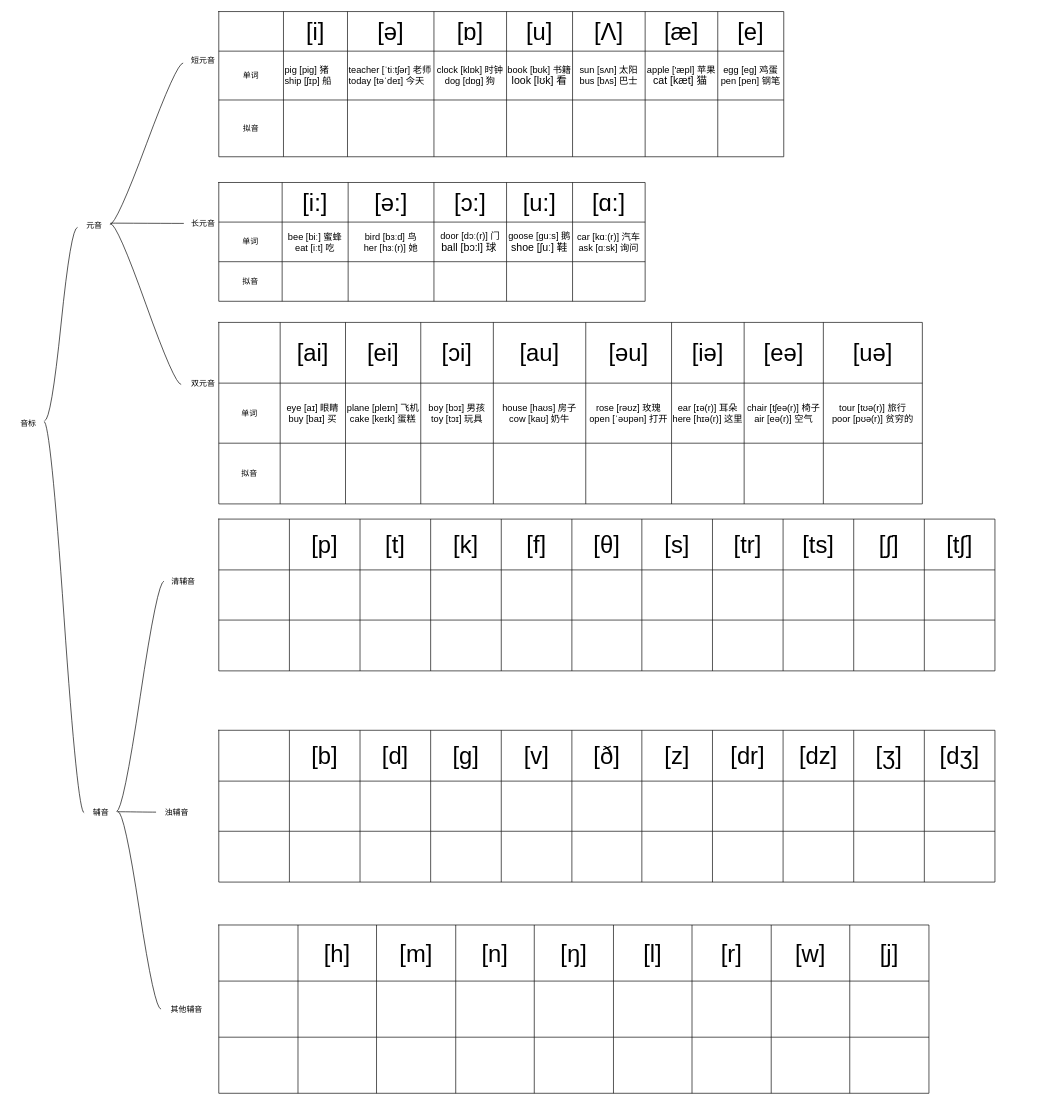
The draw.io diagram page "第 2 页" (2 of 2) of 未命名表单.drawio in gituserc123/HelloWorld, before the edit. Source tidied: cells renumbered, new cells numbered last; positions are measured from the earlier drawing's top-left corner, leaving out a move shared by most shapes. Both pictures are drawn from the tidied source at 66%, with x=0, y=0 at pixel (11, 11).
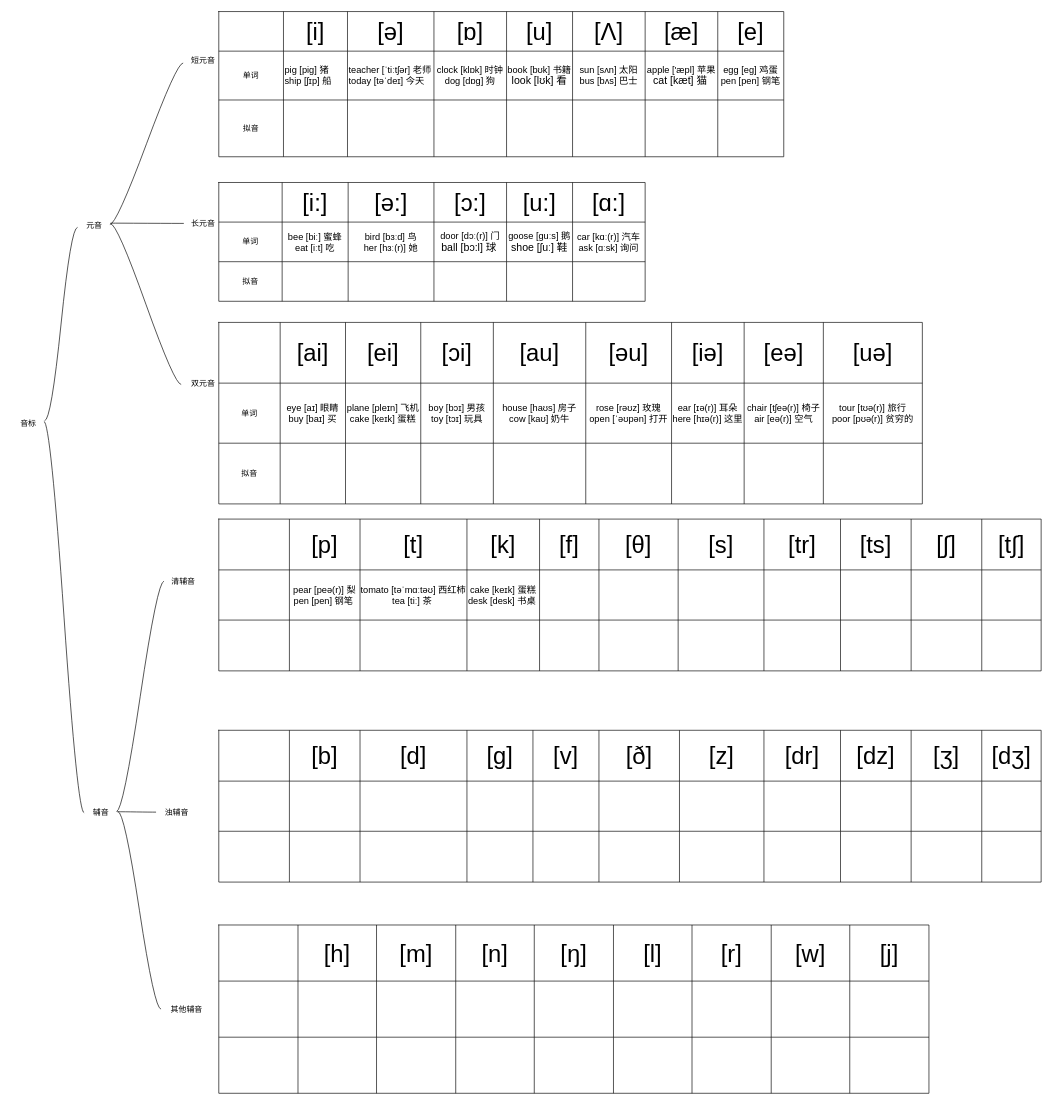
The same diagram, later.

Commit message (it also covers changes not shown here):
更新未命名表单.drawio

What changed in the source:
```diff
@@
     <mxCell id="95" style="shape=table;startSize=0;childLayout=tableLayout;" parent="1" vertex="1">
-      <mxGeometry x="314" y="769" width="1176" height="230" as="geometry" />
+      <mxGeometry x="314" y="769" width="1246" height="230" as="geometry" />
     </mxCell>
     <mxCell id="96" style="shape=tableRow;horizontal=0;startSize=0;swimlaneHead=0;swimlaneBody=0;strokeColor=inherit;top=0;left=0;bottom=0;right=0;fillColor=none;" parent="95" vertex="1">
-      <mxGeometry width="1176" height="77" as="geometry" />
+      <mxGeometry width="1246" height="77" as="geometry" />
     </mxCell>
@@
     <mxCell id="99" value="&lt;font style=&quot;font-size: 36px;&quot;&gt;[t]&lt;/font&gt;" style="shape=partialRectangle;html=1;whiteSpace=wrap;strokeColor=inherit;overflow=hidden;fillColor=none;top=0;left=0;bottom=0;right=0;" parent="96" vertex="1">
-      <mxGeometry x="214" width="107" height="77" as="geometry" />
+      <mxGeometry x="214" width="162" height="77" as="geometry" />
     </mxCell>
     <mxCell id="100" value="&lt;font style=&quot;font-size: 36px;&quot;&gt;[k]&lt;/font&gt;" style="shape=partialRectangle;html=1;whiteSpace=wrap;strokeColor=inherit;overflow=hidden;fillColor=none;top=0;left=0;bottom=0;right=0;" parent="96" vertex="1">
-      <mxGeometry x="321" width="107" height="77" as="geometry" />
+      <mxGeometry x="376" width="110" height="77" as="geometry" />
     </mxCell>
     <mxCell id="101" value="&lt;font style=&quot;font-size: 36px;&quot;&gt;[f]&lt;/font&gt;" style="shape=partialRectangle;html=1;whiteSpace=wrap;strokeColor=inherit;overflow=hidden;fillColor=none;top=0;left=0;bottom=0;right=0;" parent="96" vertex="1">
-      <mxGeometry x="428" width="107" height="77" as="geometry" />
+      <mxGeometry x="486" width="90" height="77" as="geometry" />
     </mxCell>
     <mxCell id="102" value="&lt;font style=&quot;font-size: 36px;&quot;&gt;[θ]&lt;/font&gt;" style="shape=partialRectangle;html=1;whiteSpace=wrap;strokeColor=inherit;overflow=hidden;fillColor=none;top=0;left=0;bottom=0;right=0;" parent="96" vertex="1">
-      <mxGeometry x="535" width="106" height="77" as="geometry" />
+      <mxGeometry x="576" width="120" height="77" as="geometry" />
     </mxCell>
     <mxCell id="103" value="&lt;font style=&quot;font-size: 36px;&quot;&gt;[s]&lt;/font&gt;" style="shape=partialRectangle;html=1;whiteSpace=wrap;strokeColor=inherit;overflow=hidden;fillColor=none;top=0;left=0;bottom=0;right=0;" parent="96" vertex="1">
-      <mxGeometry x="641" width="107" height="77" as="geometry" />
+      <mxGeometry x="696" width="130" height="77" as="geometry" />
     </mxCell>
     <mxCell id="104" value="&lt;font style=&quot;font-size: 36px;&quot;&gt;[tr]&lt;/font&gt;" style="shape=partialRectangle;html=1;whiteSpace=wrap;strokeColor=inherit;overflow=hidden;fillColor=none;top=0;left=0;bottom=0;right=0;" parent="96" vertex="1">
-      <mxGeometry x="748" width="107" height="77" as="geometry" />
+      <mxGeometry x="826" width="116" height="77" as="geometry" />
     </mxCell>
     <mxCell id="105" value="&lt;font style=&quot;font-size: 36px;&quot;&gt;[ts]&lt;/font&gt;" style="shape=partialRectangle;html=1;whiteSpace=wrap;strokeColor=inherit;overflow=hidden;fillColor=none;top=0;left=0;bottom=0;right=0;" parent="96" vertex="1">
-      <mxGeometry x="855" width="107" height="77" as="geometry" />
+      <mxGeometry x="942" width="107" height="77" as="geometry" />
     </mxCell>
     <mxCell id="106" value="&lt;font style=&quot;font-size: 36px;&quot;&gt;[∫]&lt;/font&gt;" style="shape=partialRectangle;html=1;whiteSpace=wrap;strokeColor=inherit;overflow=hidden;fillColor=none;top=0;left=0;bottom=0;right=0;" parent="96" vertex="1">
-      <mxGeometry x="962" width="107" height="77" as="geometry" />
+      <mxGeometry x="1049" width="107" height="77" as="geometry" />
     </mxCell>
     <mxCell id="107" value="&lt;font style=&quot;font-size: 36px;&quot;&gt;[t∫]&lt;/font&gt;" style="shape=partialRectangle;html=1;whiteSpace=wrap;strokeColor=inherit;overflow=hidden;fillColor=none;top=0;left=0;bottom=0;right=0;" parent="96" vertex="1">
-      <mxGeometry x="1069" width="107" height="77" as="geometry" />
+      <mxGeometry x="1156" width="90" height="77" as="geometry" />
     </mxCell>
     <mxCell id="108" style="shape=tableRow;horizontal=0;startSize=0;swimlaneHead=0;swimlaneBody=0;strokeColor=inherit;top=0;left=0;bottom=0;right=0;fillColor=none;" parent="95" vertex="1">
-      <mxGeometry y="77" width="1176" height="76" as="geometry" />
+      <mxGeometry y="77" width="1246" height="76" as="geometry" />
     </mxCell>
@@
-    <mxCell id="110" style="shape=partialRectangle;html=1;whiteSpace=wrap;strokeColor=inherit;overflow=hidden;fillColor=none;top=0;left=0;bottom=0;right=0;" parent="108" vertex="1">
+    <mxCell id="110" value="&lt;div&gt;&lt;font style=&quot;font-size: 14px;&quot;&gt;pear [peə(r)] 梨&lt;/font&gt;&lt;/div&gt;&lt;div&gt;&lt;font style=&quot;font-size: 14px;&quot;&gt;pen [pen] 钢笔&lt;/font&gt;&amp;nbsp;&lt;/div&gt;" style="shape=partialRectangle;html=1;whiteSpace=wrap;strokeColor=inherit;overflow=hidden;fillColor=none;top=0;left=0;bottom=0;right=0;" parent="108" vertex="1">
       <mxGeometry x="107" width="107" height="76" as="geometry" />
     </mxCell>
-    <mxCell id="111" style="shape=partialRectangle;html=1;whiteSpace=wrap;strokeColor=inherit;overflow=hidden;fillColor=none;top=0;left=0;bottom=0;right=0;" parent="108" vertex="1">
-      <mxGeometry x="214" width="107" height="76" as="geometry" />
+    <mxCell id="111" value="&lt;div&gt;&lt;font style=&quot;font-size: 14px;&quot;&gt;tomato [təˈmɑːtəʊ] 西红柿&lt;/font&gt;&lt;/div&gt;&lt;div&gt;&lt;font style=&quot;font-size: 14px;&quot;&gt;tea [tiː] 茶&amp;nbsp;&lt;/font&gt;&lt;/div&gt;" style="shape=partialRectangle;html=1;whiteSpace=wrap;strokeColor=inherit;overflow=hidden;fillColor=none;top=0;left=0;bottom=0;right=0;" parent="108" vertex="1">
+      <mxGeometry x="214" width="162" height="76" as="geometry" />
     </mxCell>
-    <mxCell id="112" style="shape=partialRectangle;html=1;whiteSpace=wrap;strokeColor=inherit;overflow=hidden;fillColor=none;top=0;left=0;bottom=0;right=0;" parent="108" vertex="1">
-      <mxGeometry x="321" width="107" height="76" as="geometry" />
+    <mxCell id="112" value="&lt;div&gt;&lt;font style=&quot;font-size: 14px;&quot;&gt;cake [keɪk] 蛋糕&lt;/font&gt;&lt;/div&gt;&lt;div&gt;&lt;font style=&quot;font-size: 14px;&quot;&gt;desk [desk] 书桌&lt;/font&gt;&amp;nbsp;&lt;/div&gt;" style="shape=partialRectangle;html=1;whiteSpace=wrap;strokeColor=inherit;overflow=hidden;fillColor=none;top=0;left=0;bottom=0;right=0;" parent="108" vertex="1">
+      <mxGeometry x="376" width="110" height="76" as="geometry" />
     </mxCell>
     <mxCell id="113" style="shape=partialRectangle;html=1;whiteSpace=wrap;strokeColor=inherit;overflow=hidden;fillColor=none;top=0;left=0;bottom=0;right=0;" parent="108" vertex="1">
-      <mxGeometry x="428" width="107" height="76" as="geometry" />
+      <mxGeometry x="486" width="90" height="76" as="geometry" />
     </mxCell>
     <mxCell id="114" style="shape=partialRectangle;html=1;whiteSpace=wrap;strokeColor=inherit;overflow=hidden;fillColor=none;top=0;left=0;bottom=0;right=0;" parent="108" vertex="1">
-      <mxGeometry x="535" width="106" height="76" as="geometry" />
+      <mxGeometry x="576" width="120" height="76" as="geometry" />
     </mxCell>
     <mxCell id="115" style="shape=partialRectangle;html=1;whiteSpace=wrap;strokeColor=inherit;overflow=hidden;fillColor=none;top=0;left=0;bottom=0;right=0;" parent="108" vertex="1">
-      <mxGeometry x="641" width="107" height="76" as="geometry" />
+      <mxGeometry x="696" width="130" height="76" as="geometry" />
     </mxCell>
     <mxCell id="116" style="shape=partialRectangle;html=1;whiteSpace=wrap;strokeColor=inherit;overflow=hidden;fillColor=none;top=0;left=0;bottom=0;right=0;" parent="108" vertex="1">
-      <mxGeometry x="748" width="107" height="76" as="geometry" />
+      <mxGeometry x="826" width="116" height="76" as="geometry" />
     </mxCell>
     <mxCell id="117" style="shape=partialRectangle;html=1;whiteSpace=wrap;strokeColor=inherit;overflow=hidden;fillColor=none;top=0;left=0;bottom=0;right=0;" parent="108" vertex="1">
-      <mxGeometry x="855" width="107" height="76" as="geometry" />
+      <mxGeometry x="942" width="107" height="76" as="geometry" />
     </mxCell>
     <mxCell id="118" style="shape=partialRectangle;html=1;whiteSpace=wrap;strokeColor=inherit;overflow=hidden;fillColor=none;top=0;left=0;bottom=0;right=0;" parent="108" vertex="1">
-      <mxGeometry x="962" width="107" height="76" as="geometry" />
+      <mxGeometry x="1049" width="107" height="76" as="geometry" />
     </mxCell>
     <mxCell id="119" style="shape=partialRectangle;html=1;whiteSpace=wrap;strokeColor=inherit;overflow=hidden;fillColor=none;top=0;left=0;bottom=0;right=0;" parent="108" vertex="1">
-      <mxGeometry x="1069" width="107" height="76" as="geometry" />
+      <mxGeometry x="1156" width="90" height="76" as="geometry" />
     </mxCell>
     <mxCell id="120" style="shape=tableRow;horizontal=0;startSize=0;swimlaneHead=0;swimlaneBody=0;strokeColor=inherit;top=0;left=0;bottom=0;right=0;fillColor=none;" parent="95" vertex="1">
-      <mxGeometry y="153" width="1176" height="77" as="geometry" />
+      <mxGeometry y="153" width="1246" height="77" as="geometry" />
     </mxCell>
@@
     <mxCell id="123" style="shape=partialRectangle;html=1;whiteSpace=wrap;strokeColor=inherit;overflow=hidden;fillColor=none;top=0;left=0;bottom=0;right=0;" parent="120" vertex="1">
-      <mxGeometry x="214" width="107" height="77" as="geometry" />
+      <mxGeometry x="214" width="162" height="77" as="geometry" />
     </mxCell>
     <mxCell id="124" style="shape=partialRectangle;html=1;whiteSpace=wrap;strokeColor=inherit;overflow=hidden;fillColor=none;top=0;left=0;bottom=0;right=0;" parent="120" vertex="1">
-      <mxGeometry x="321" width="107" height="77" as="geometry" />
+      <mxGeometry x="376" width="110" height="77" as="geometry" />
     </mxCell>
     <mxCell id="125" style="shape=partialRectangle;html=1;whiteSpace=wrap;strokeColor=inherit;overflow=hidden;fillColor=none;top=0;left=0;bottom=0;right=0;" parent="120" vertex="1">
-      <mxGeometry x="428" width="107" height="77" as="geometry" />
+      <mxGeometry x="486" width="90" height="77" as="geometry" />
     </mxCell>
     <mxCell id="126" style="shape=partialRectangle;html=1;whiteSpace=wrap;strokeColor=inherit;overflow=hidden;fillColor=none;top=0;left=0;bottom=0;right=0;" parent="120" vertex="1">
-      <mxGeometry x="535" width="106" height="77" as="geometry" />
+      <mxGeometry x="576" width="120" height="77" as="geometry" />
     </mxCell>
     <mxCell id="127" style="shape=partialRectangle;html=1;whiteSpace=wrap;strokeColor=inherit;overflow=hidden;fillColor=none;top=0;left=0;bottom=0;right=0;" parent="120" vertex="1">
-      <mxGeometry x="641" width="107" height="77" as="geometry" />
+      <mxGeometry x="696" width="130" height="77" as="geometry" />
     </mxCell>
     <mxCell id="128" style="shape=partialRectangle;html=1;whiteSpace=wrap;strokeColor=inherit;overflow=hidden;fillColor=none;top=0;left=0;bottom=0;right=0;" parent="120" vertex="1">
-      <mxGeometry x="748" width="107" height="77" as="geometry" />
+      <mxGeometry x="826" width="116" height="77" as="geometry" />
     </mxCell>
     <mxCell id="129" style="shape=partialRectangle;html=1;whiteSpace=wrap;strokeColor=inherit;overflow=hidden;fillColor=none;top=0;left=0;bottom=0;right=0;" parent="120" vertex="1">
-      <mxGeometry x="855" width="107" height="77" as="geometry" />
+      <mxGeometry x="942" width="107" height="77" as="geometry" />
     </mxCell>
     <mxCell id="130" style="shape=partialRectangle;html=1;whiteSpace=wrap;strokeColor=inherit;overflow=hidden;fillColor=none;top=0;left=0;bottom=0;right=0;" parent="120" vertex="1">
-      <mxGeometry x="962" width="107" height="77" as="geometry" />
+      <mxGeometry x="1049" width="107" height="77" as="geometry" />
     </mxCell>
     <mxCell id="131" style="shape=partialRectangle;html=1;whiteSpace=wrap;strokeColor=inherit;overflow=hidden;fillColor=none;top=0;left=0;bottom=0;right=0;" parent="120" vertex="1">
-      <mxGeometry x="1069" width="107" height="77" as="geometry" />
+      <mxGeometry x="1156" width="90" height="77" as="geometry" />
     </mxCell>
@@
     <mxCell id="137" style="shape=table;startSize=0;childLayout=tableLayout;" parent="1" vertex="1">
-      <mxGeometry x="314" y="1089" width="1176" height="230" as="geometry" />
+      <mxGeometry x="314" y="1089" width="1246" height="230" as="geometry" />
     </mxCell>
     <mxCell id="138" style="shape=tableRow;horizontal=0;startSize=0;swimlaneHead=0;swimlaneBody=0;strokeColor=inherit;top=0;left=0;bottom=0;right=0;fillColor=none;" parent="137" vertex="1">
-      <mxGeometry width="1176" height="77" as="geometry" />
+      <mxGeometry width="1246" height="77" as="geometry" />
     </mxCell>
@@
     <mxCell id="141" value="&lt;font style=&quot;font-size: 36px;&quot;&gt;[d]&lt;/font&gt;" style="shape=partialRectangle;html=1;whiteSpace=wrap;strokeColor=inherit;overflow=hidden;fillColor=none;top=0;left=0;bottom=0;right=0;" parent="138" vertex="1">
-      <mxGeometry x="214" width="107" height="77" as="geometry" />
+      <mxGeometry x="214" width="162" height="77" as="geometry" />
     </mxCell>
     <mxCell id="142" value="&lt;font style=&quot;font-size: 36px;&quot;&gt;[g]&lt;/font&gt;" style="shape=partialRectangle;html=1;whiteSpace=wrap;strokeColor=inherit;overflow=hidden;fillColor=none;top=0;left=0;bottom=0;right=0;" parent="138" vertex="1">
-      <mxGeometry x="321" width="107" height="77" as="geometry" />
+      <mxGeometry x="376" width="100" height="77" as="geometry" />
     </mxCell>
     <mxCell id="143" value="&lt;font style=&quot;font-size: 36px;&quot;&gt;[v]&lt;/font&gt;" style="shape=partialRectangle;html=1;whiteSpace=wrap;strokeColor=inherit;overflow=hidden;fillColor=none;top=0;left=0;bottom=0;right=0;" parent="138" vertex="1">
-      <mxGeometry x="428" width="107" height="77" as="geometry" />
+      <mxGeometry x="476" width="100" height="77" as="geometry" />
     </mxCell>
     <mxCell id="144" value="&lt;font style=&quot;font-size: 36px;&quot;&gt;[ð]&lt;/font&gt;" style="shape=partialRectangle;html=1;whiteSpace=wrap;strokeColor=inherit;overflow=hidden;fillColor=none;top=0;left=0;bottom=0;right=0;" parent="138" vertex="1">
-      <mxGeometry x="535" width="106" height="77" as="geometry" />
+      <mxGeometry x="576" width="122" height="77" as="geometry" />
     </mxCell>
     <mxCell id="145" value="&lt;font style=&quot;font-size: 36px;&quot;&gt;[z]&lt;/font&gt;" style="shape=partialRectangle;html=1;whiteSpace=wrap;strokeColor=inherit;overflow=hidden;fillColor=none;top=0;left=0;bottom=0;right=0;" parent="138" vertex="1">
-      <mxGeometry x="641" width="107" height="77" as="geometry" />
+      <mxGeometry x="698" width="128" height="77" as="geometry" />
     </mxCell>
     <mxCell id="146" value="&lt;font style=&quot;font-size: 36px;&quot;&gt;[dr]&lt;/font&gt;" style="shape=partialRectangle;html=1;whiteSpace=wrap;strokeColor=inherit;overflow=hidden;fillColor=none;top=0;left=0;bottom=0;right=0;" parent="138" vertex="1">
-      <mxGeometry x="748" width="107" height="77" as="geometry" />
+      <mxGeometry x="826" width="116" height="77" as="geometry" />
     </mxCell>
     <mxCell id="147" value="&lt;font style=&quot;font-size: 36px;&quot;&gt;[dz]&lt;/font&gt;" style="shape=partialRectangle;html=1;whiteSpace=wrap;strokeColor=inherit;overflow=hidden;fillColor=none;top=0;left=0;bottom=0;right=0;" parent="138" vertex="1">
-      <mxGeometry x="855" width="107" height="77" as="geometry" />
+      <mxGeometry x="942" width="107" height="77" as="geometry" />
     </mxCell>
     <mxCell id="148" value="&lt;font style=&quot;font-size: 36px;&quot;&gt;[ʒ]&lt;/font&gt;" style="shape=partialRectangle;html=1;whiteSpace=wrap;strokeColor=inherit;overflow=hidden;fillColor=none;top=0;left=0;bottom=0;right=0;" parent="138" vertex="1">
-      <mxGeometry x="962" width="107" height="77" as="geometry" />
+      <mxGeometry x="1049" width="107" height="77" as="geometry" />
     </mxCell>
     <mxCell id="149" value="&lt;font style=&quot;font-size: 36px;&quot;&gt;[dʒ]&lt;/font&gt;" style="shape=partialRectangle;html=1;whiteSpace=wrap;strokeColor=inherit;overflow=hidden;fillColor=none;top=0;left=0;bottom=0;right=0;" parent="138" vertex="1">
-      <mxGeometry x="1069" width="107" height="77" as="geometry" />
+      <mxGeometry x="1156" width="90" height="77" as="geometry" />
     </mxCell>
     <mxCell id="150" style="shape=tableRow;horizontal=0;startSize=0;swimlaneHead=0;swimlaneBody=0;strokeColor=inherit;top=0;left=0;bottom=0;right=0;fillColor=none;" parent="137" vertex="1">
-      <mxGeometry y="77" width="1176" height="76" as="geometry" />
+      <mxGeometry y="77" width="1246" height="76" as="geometry" />
     </mxCell>
@@
     <mxCell id="153" style="shape=partialRectangle;html=1;whiteSpace=wrap;strokeColor=inherit;overflow=hidden;fillColor=none;top=0;left=0;bottom=0;right=0;" parent="150" vertex="1">
-      <mxGeometry x="214" width="107" height="76" as="geometry" />
+      <mxGeometry x="214" width="162" height="76" as="geometry" />
     </mxCell>
     <mxCell id="154" style="shape=partialRectangle;html=1;whiteSpace=wrap;strokeColor=inherit;overflow=hidden;fillColor=none;top=0;left=0;bottom=0;right=0;" parent="150" vertex="1">
-      <mxGeometry x="321" width="107" height="76" as="geometry" />
+      <mxGeometry x="376" width="100" height="76" as="geometry" />
     </mxCell>
     <mxCell id="155" style="shape=partialRectangle;html=1;whiteSpace=wrap;strokeColor=inherit;overflow=hidden;fillColor=none;top=0;left=0;bottom=0;right=0;" parent="150" vertex="1">
-      <mxGeometry x="428" width="107" height="76" as="geometry" />
+      <mxGeometry x="476" width="100" height="76" as="geometry" />
     </mxCell>
     <mxCell id="156" style="shape=partialRectangle;html=1;whiteSpace=wrap;strokeColor=inherit;overflow=hidden;fillColor=none;top=0;left=0;bottom=0;right=0;" parent="150" vertex="1">
-      <mxGeometry x="535" width="106" height="76" as="geometry" />
+      <mxGeometry x="576" width="122" height="76" as="geometry" />
     </mxCell>
     <mxCell id="157" style="shape=partialRectangle;html=1;whiteSpace=wrap;strokeColor=inherit;overflow=hidden;fillColor=none;top=0;left=0;bottom=0;right=0;" parent="150" vertex="1">
-      <mxGeometry x="641" width="107" height="76" as="geometry" />
+      <mxGeometry x="698" width="128" height="76" as="geometry" />
     </mxCell>
     <mxCell id="158" style="shape=partialRectangle;html=1;whiteSpace=wrap;strokeColor=inherit;overflow=hidden;fillColor=none;top=0;left=0;bottom=0;right=0;" parent="150" vertex="1">
-      <mxGeometry x="748" width="107" height="76" as="geometry" />
+      <mxGeometry x="826" width="116" height="76" as="geometry" />
     </mxCell>
     <mxCell id="159" style="shape=partialRectangle;html=1;whiteSpace=wrap;strokeColor=inherit;overflow=hidden;fillColor=none;top=0;left=0;bottom=0;right=0;" parent="150" vertex="1">
-      <mxGeometry x="855" width="107" height="76" as="geometry" />
+      <mxGeometry x="942" width="107" height="76" as="geometry" />
     </mxCell>
     <mxCell id="160" style="shape=partialRectangle;html=1;whiteSpace=wrap;strokeColor=inherit;overflow=hidden;fillColor=none;top=0;left=0;bottom=0;right=0;" parent="150" vertex="1">
-      <mxGeometry x="962" width="107" height="76" as="geometry" />
+      <mxGeometry x="1049" width="107" height="76" as="geometry" />
     </mxCell>
     <mxCell id="161" style="shape=partialRectangle;html=1;whiteSpace=wrap;strokeColor=inherit;overflow=hidden;fillColor=none;top=0;left=0;bottom=0;right=0;" parent="150" vertex="1">
-      <mxGeometry x="1069" width="107" height="76" as="geometry" />
+      <mxGeometry x="1156" width="90" height="76" as="geometry" />
     </mxCell>
     <mxCell id="162" style="shape=tableRow;horizontal=0;startSize=0;swimlaneHead=0;swimlaneBody=0;strokeColor=inherit;top=0;left=0;bottom=0;right=0;fillColor=none;" parent="137" vertex="1">
-      <mxGeometry y="153" width="1176" height="77" as="geometry" />
+      <mxGeometry y="153" width="1246" height="77" as="geometry" />
     </mxCell>
@@
     <mxCell id="165" style="shape=partialRectangle;html=1;whiteSpace=wrap;strokeColor=inherit;overflow=hidden;fillColor=none;top=0;left=0;bottom=0;right=0;" parent="162" vertex="1">
-      <mxGeometry x="214" width="107" height="77" as="geometry" />
+      <mxGeometry x="214" width="162" height="77" as="geometry" />
     </mxCell>
     <mxCell id="166" style="shape=partialRectangle;html=1;whiteSpace=wrap;strokeColor=inherit;overflow=hidden;fillColor=none;top=0;left=0;bottom=0;right=0;" parent="162" vertex="1">
-      <mxGeometry x="321" width="107" height="77" as="geometry" />
+      <mxGeometry x="376" width="100" height="77" as="geometry" />
     </mxCell>
     <mxCell id="167" style="shape=partialRectangle;html=1;whiteSpace=wrap;strokeColor=inherit;overflow=hidden;fillColor=none;top=0;left=0;bottom=0;right=0;" parent="162" vertex="1">
-      <mxGeometry x="428" width="107" height="77" as="geometry" />
+      <mxGeometry x="476" width="100" height="77" as="geometry" />
     </mxCell>
     <mxCell id="168" style="shape=partialRectangle;html=1;whiteSpace=wrap;strokeColor=inherit;overflow=hidden;fillColor=none;top=0;left=0;bottom=0;right=0;" parent="162" vertex="1">
-      <mxGeometry x="535" width="106" height="77" as="geometry" />
+      <mxGeometry x="576" width="122" height="77" as="geometry" />
     </mxCell>
     <mxCell id="169" style="shape=partialRectangle;html=1;whiteSpace=wrap;strokeColor=inherit;overflow=hidden;fillColor=none;top=0;left=0;bottom=0;right=0;" parent="162" vertex="1">
-      <mxGeometry x="641" width="107" height="77" as="geometry" />
+      <mxGeometry x="698" width="128" height="77" as="geometry" />
     </mxCell>
     <mxCell id="170" style="shape=partialRectangle;html=1;whiteSpace=wrap;strokeColor=inherit;overflow=hidden;fillColor=none;top=0;left=0;bottom=0;right=0;" parent="162" vertex="1">
-      <mxGeometry x="748" width="107" height="77" as="geometry" />
+      <mxGeometry x="826" width="116" height="77" as="geometry" />
     </mxCell>
     <mxCell id="171" style="shape=partialRectangle;html=1;whiteSpace=wrap;strokeColor=inherit;overflow=hidden;fillColor=none;top=0;left=0;bottom=0;right=0;" parent="162" vertex="1">
-      <mxGeometry x="855" width="107" height="77" as="geometry" />
+      <mxGeometry x="942" width="107" height="77" as="geometry" />
     </mxCell>
     <mxCell id="172" style="shape=partialRectangle;html=1;whiteSpace=wrap;strokeColor=inherit;overflow=hidden;fillColor=none;top=0;left=0;bottom=0;right=0;" parent="162" vertex="1">
-      <mxGeometry x="962" width="107" height="77" as="geometry" />
+      <mxGeometry x="1049" width="107" height="77" as="geometry" />
     </mxCell>
     <mxCell id="173" style="shape=partialRectangle;html=1;whiteSpace=wrap;strokeColor=inherit;overflow=hidden;fillColor=none;top=0;left=0;bottom=0;right=0;" parent="162" vertex="1">
-      <mxGeometry x="1069" width="107" height="77" as="geometry" />
+      <mxGeometry x="1156" width="90" height="77" as="geometry" />
     </mxCell>
```
